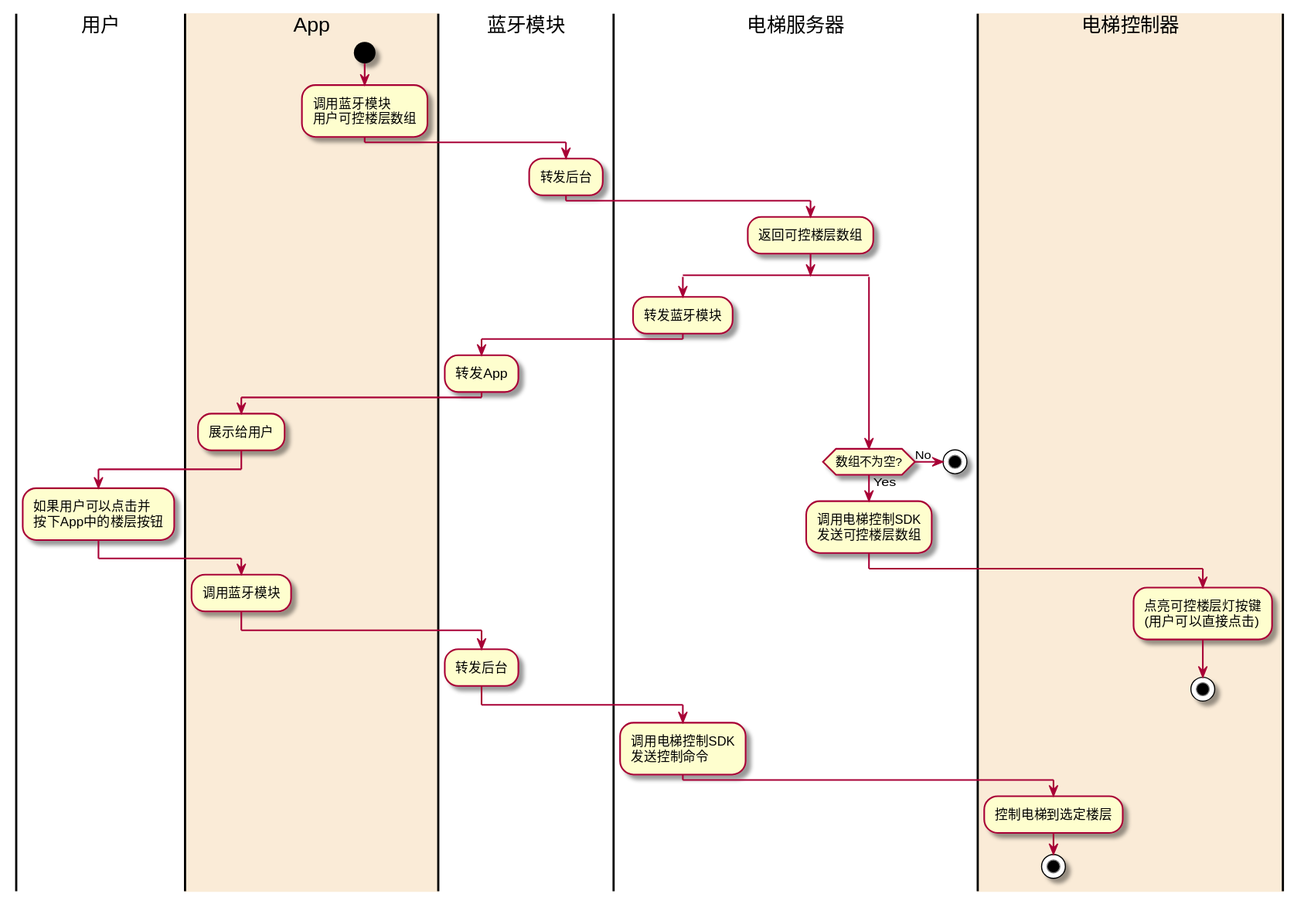
Above: docs/public/pu/bluetooth.svg in joehecn/lean (PlantUML), before the change.
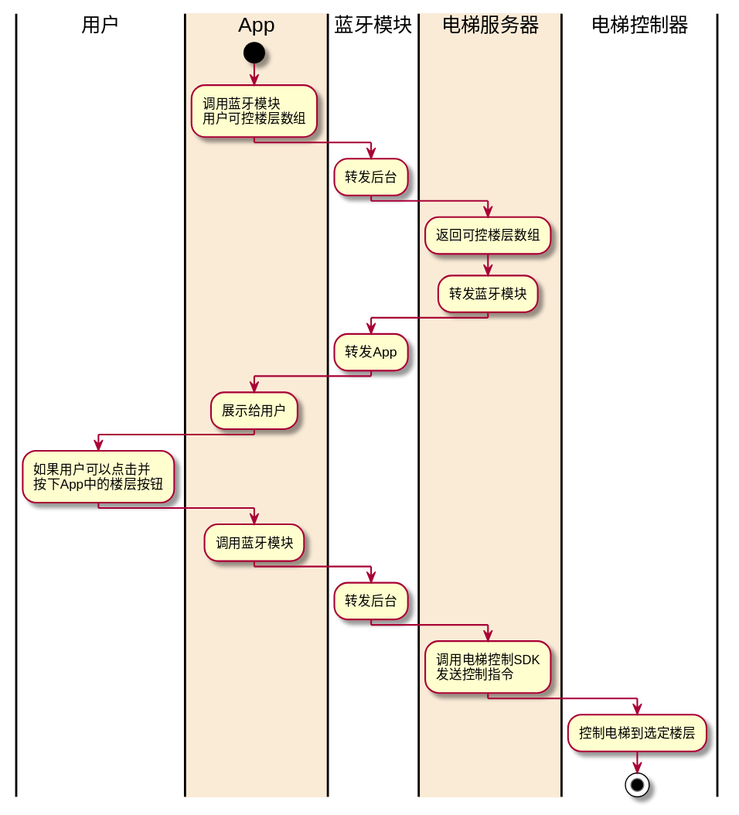
After the commit.

Diff of the diagram source:
```diff
@@ -6,38 +6,25 @@
 用户可控楼层数组;
 |蓝牙模块|
 :转发后台;
+|#AntiqueWhite|电梯服务器|
+:返回可控楼层数组;
 |电梯服务器|
-:返回可控楼层数组;
-split
-  |电梯服务器|
-  :转发蓝牙模块;
-  |蓝牙模块|
-  :转发App;
-  |App|
-  :展示给用户;
-  |用户|
-  :如果用户可以点击并
-  按下App中的楼层按钮;
-  |App|
-  :调用蓝牙模块;
-  |蓝牙模块|
-  :转发后台;
-  |电梯服务器|
-  :调用电梯控制SDK
-  发送控制命令;
-  |电梯控制器|
-  :控制电梯到选定楼层;
-  stop
-split again
-  |电梯服务器|
-  if (数组不为空?) then (No)
-    stop
-  else (Yes)
-    :调用电梯控制SDK
-    发送可控楼层数组;
-    |#AntiqueWhite|电梯控制器|
-    :点亮可控楼层灯按键
-    (用户可以直接点击);
-    stop
-  endif
+:转发蓝牙模块;
+|蓝牙模块|
+:转发App;
+|App|
+:展示给用户;
+|用户|
+:如果用户可以点击并
+按下App中的楼层按钮;
+|App|
+:调用蓝牙模块;
+|蓝牙模块|
+:转发后台;
+|电梯服务器|
+:调用电梯控制SDK
+发送控制指令;
+|电梯控制器|
+:控制电梯到选定楼层;
+stop
 @enduml
```
